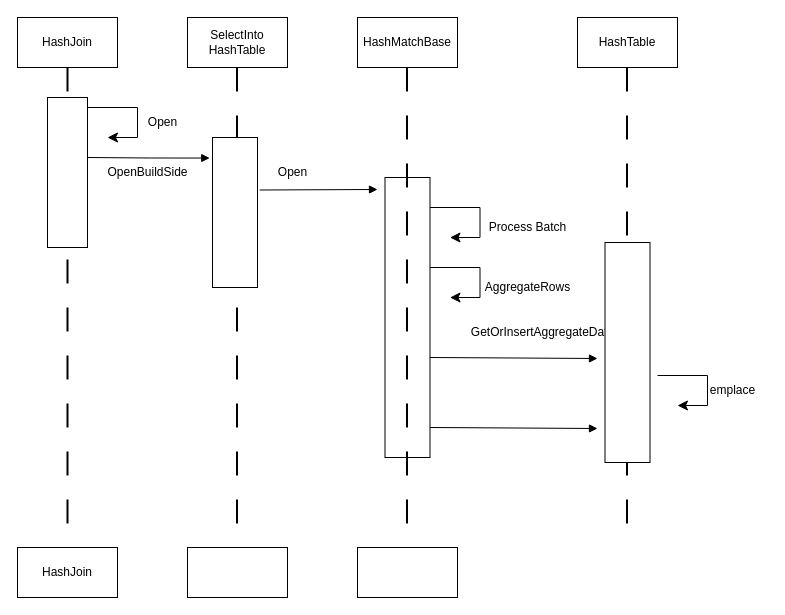
Above: pic/未命名绘图.drawio in KaiSongXie/drawio (draw.io), before the change. Source tidied: cells renumbered, new cells numbered last; positions are measured from the earlier drawing's top-left corner, leaving out a move shared by most shapes. Both pictures are drawn from the tidied source at 100%, with x=0, y=0 at pixel (17, 17).
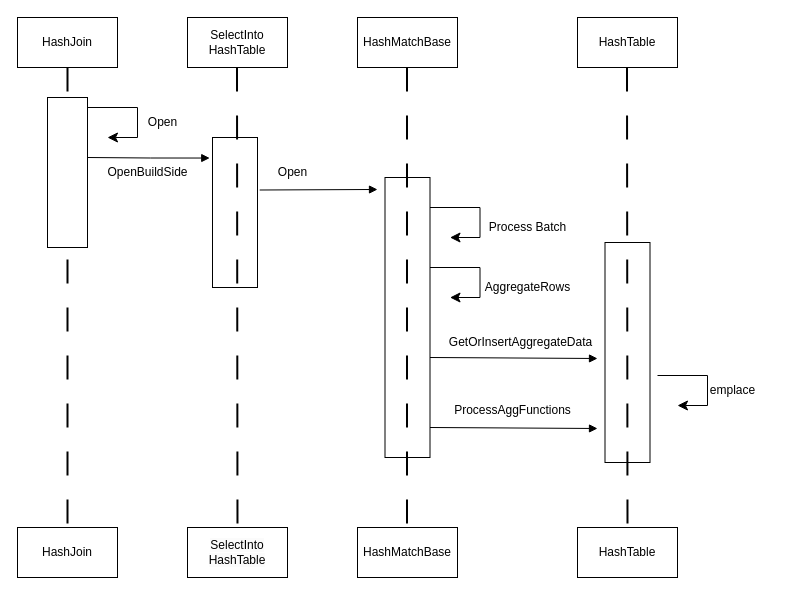
The same page after the edit.

Commit message:
更新未命名绘图.drawio

Diff of the diagram source:
```diff
@@
     <mxCell id="3" value="HashJoin" style="rounded=0;whiteSpace=wrap;html=1;" parent="1" vertex="1">
-      <mxGeometry y="530" width="100" height="50" as="geometry" />
+      <mxGeometry y="510" width="100" height="50" as="geometry" />
     </mxCell>
@@
-    <mxCell id="5" style="rounded=0;whiteSpace=wrap;html=1;" parent="1" vertex="1">
-      <mxGeometry x="170" y="530" width="100" height="50" as="geometry" />
-    </mxCell>
@@
-    <mxCell id="7" style="rounded=0;whiteSpace=wrap;html=1;" parent="1" vertex="1">
-      <mxGeometry x="340" y="530" width="100" height="50" as="geometry" />
+    <mxCell id="7" value="HashMatchBase" style="rounded=0;whiteSpace=wrap;html=1;" parent="1" vertex="1">
+      <mxGeometry x="340" y="510" width="100" height="50" as="geometry" />
     </mxCell>
@@
-    <mxCell id="10" style="rounded=0;orthogonalLoop=1;jettySize=auto;html=1;entryX=0.5;entryY=0;entryDx=0;entryDy=0;dashed=1;dashPattern=12 12;endArrow=none;endFill=0;strokeWidth=2;" parent="1" edge="1">
-      <mxGeometry relative="1" as="geometry">
-        <mxPoint x="219.5" y="50" as="sourcePoint" />
-        <mxPoint x="219.5" y="530" as="targetPoint" />
-      </mxGeometry>
-    </mxCell>
@@
     <mxCell id="24" value="GetOrInsertAggregateData" style="text;html=1;align=center;verticalAlign=middle;strokeColor=none;fillColor=none;" parent="1" vertex="1">
-      <mxGeometry x="440" y="300" width="170" height="30" as="geometry" />
+      <mxGeometry x="417.5" y="310" width="170" height="30" as="geometry" />
     </mxCell>
@@
-    <mxCell id="26" style="rounded=0;orthogonalLoop=1;jettySize=auto;html=1;entryX=0.5;entryY=0;entryDx=0;entryDy=0;dashed=1;dashPattern=12 12;endArrow=none;endFill=0;strokeWidth=2;" parent="1" edge="1">
+    <mxCell id="26" style="rounded=0;jettySize=auto;html=1;entryX=0.5;entryY=0;entryDx=0;entryDy=0;dashed=1;dashPattern=12 12;endArrow=none;endFill=0;strokeWidth=2;" parent="1" edge="1" source="35">
       <mxGeometry relative="1" as="geometry">
-        <mxPoint x="609.5" y="50" as="sourcePoint" />
         <mxPoint x="609.5" y="530" as="targetPoint" />
       </mxGeometry>
     </mxCell>
@@
+    <mxCell id="32" value="ProcessAggFunctions" style="text;html=1;align=center;verticalAlign=middle;strokeColor=none;fillColor=none;" parent="1" vertex="1">
+      <mxGeometry x="425" y="378" width="140" height="30" as="geometry" />
+    </mxCell>
+    <mxCell id="33" style="rounded=0;orthogonalLoop=1;jettySize=auto;html=1;dashed=1;dashPattern=12 12;endArrow=none;endFill=0;strokeWidth=2;" parent="1" edge="1">
+      <mxGeometry relative="1" as="geometry">
+        <mxPoint x="219.5" y="50" as="sourcePoint" />
+        <mxPoint x="220" y="520" as="targetPoint" />
+      </mxGeometry>
+    </mxCell>
+    <mxCell id="34" style="rounded=0;jettySize=auto;html=1;entryX=0.5;entryY=0;entryDx=0;entryDy=0;dashed=1;dashPattern=12 12;endArrow=none;endFill=0;strokeWidth=2;" parent="1" edge="1" target="35">
+      <mxGeometry relative="1" as="geometry">
+        <mxPoint x="609.5" y="50" as="sourcePoint" />
+      </mxGeometry>
+    </mxCell>
+    <mxCell id="35" value="HashTable" style="rounded=0;whiteSpace=wrap;html=1;" parent="1" vertex="1">
+      <mxGeometry x="560" y="510" width="100" height="50" as="geometry" />
+    </mxCell>
+    <mxCell id="5" value="&lt;span style=&quot;color: rgb(0, 0, 0); font-family: Helvetica; font-size: 12px; font-style: normal; font-variant-ligatures: normal; font-variant-caps: normal; font-weight: 400; letter-spacing: normal; orphans: 2; text-align: center; text-indent: 0px; text-transform: none; widows: 2; word-spacing: 0px; -webkit-text-stroke-width: 0px; background-color: rgb(251, 251, 251); text-decoration-thickness: initial; text-decoration-style: initial; text-decoration-color: initial; float: none; display: inline !important;&quot;&gt;SelectInto&lt;/span&gt;&lt;br style=&quot;border-color: var(--border-color); color: rgb(0, 0, 0); font-family: Helvetica; font-size: 12px; font-style: normal; font-variant-ligatures: normal; font-variant-caps: normal; font-weight: 400; letter-spacing: normal; orphans: 2; text-align: center; text-indent: 0px; text-transform: none; widows: 2; word-spacing: 0px; -webkit-text-stroke-width: 0px; background-color: rgb(251, 251, 251); text-decoration-thickness: initial; text-decoration-style: initial; text-decoration-color: initial;&quot;&gt;&lt;span style=&quot;color: rgb(0, 0, 0); font-family: Helvetica; font-size: 12px; font-style: normal; font-variant-ligatures: normal; font-variant-caps: normal; font-weight: 400; letter-spacing: normal; orphans: 2; text-align: center; text-indent: 0px; text-transform: none; widows: 2; word-spacing: 0px; -webkit-text-stroke-width: 0px; background-color: rgb(251, 251, 251); text-decoration-thickness: initial; text-decoration-style: initial; text-decoration-color: initial; float: none; display: inline !important;&quot;&gt;HashTable&lt;/span&gt;" style="rounded=0;whiteSpace=wrap;html=1;" parent="1" vertex="1">
+      <mxGeometry x="170" y="510" width="100" height="50" as="geometry" />
+    </mxCell>
```
